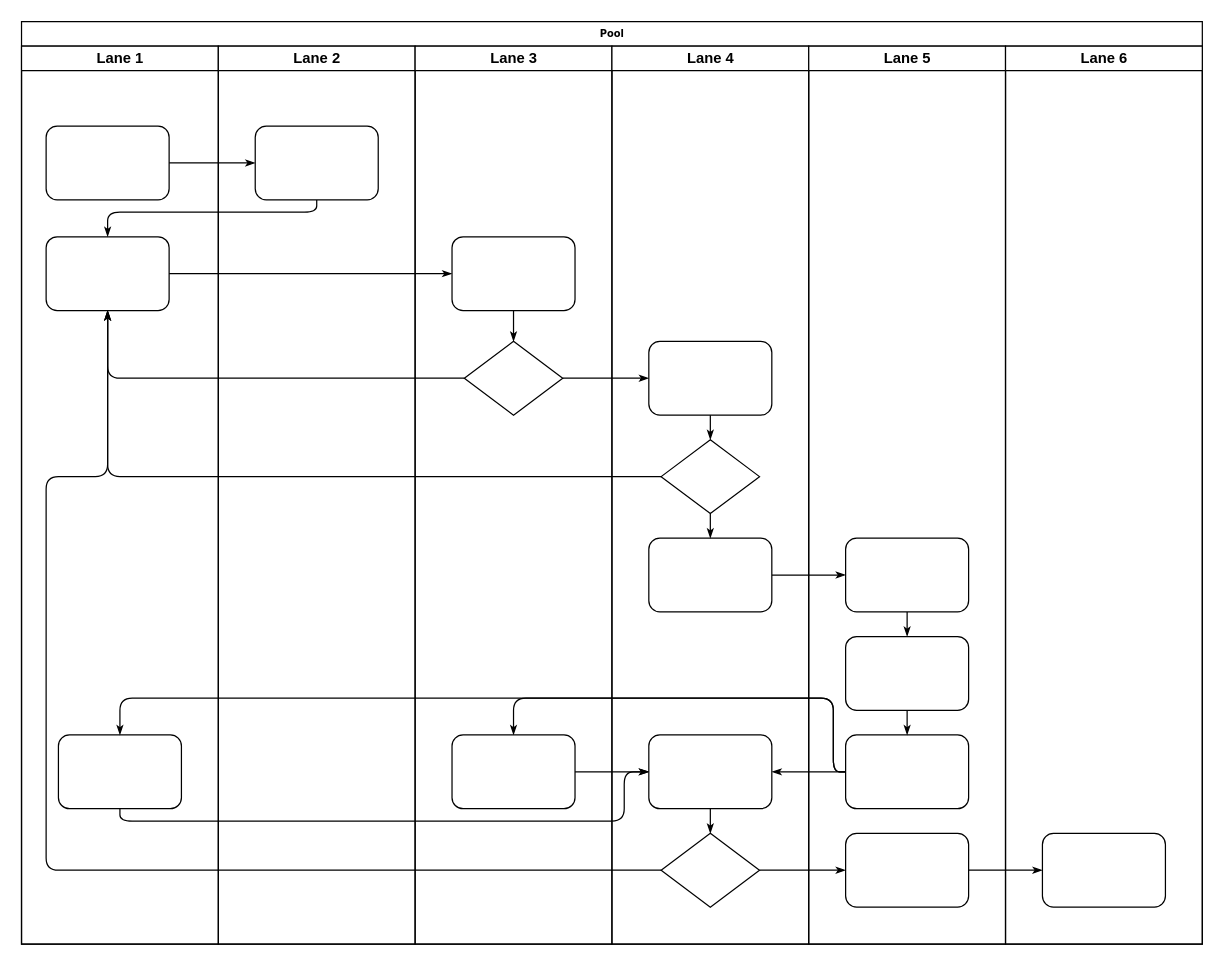
Earlier version of the draw.io diagram sqlTest/oracle/Untitled Diagram.drawio (figo-sf/JavaBasic). Source tidied: cells renumbered, new cells numbered last; positions are measured from the earlier drawing's top-left corner, leaving out a move shared by most shapes. Both pictures are drawn from the tidied source at 123%, with x=0, y=0 at pixel (21, 21).
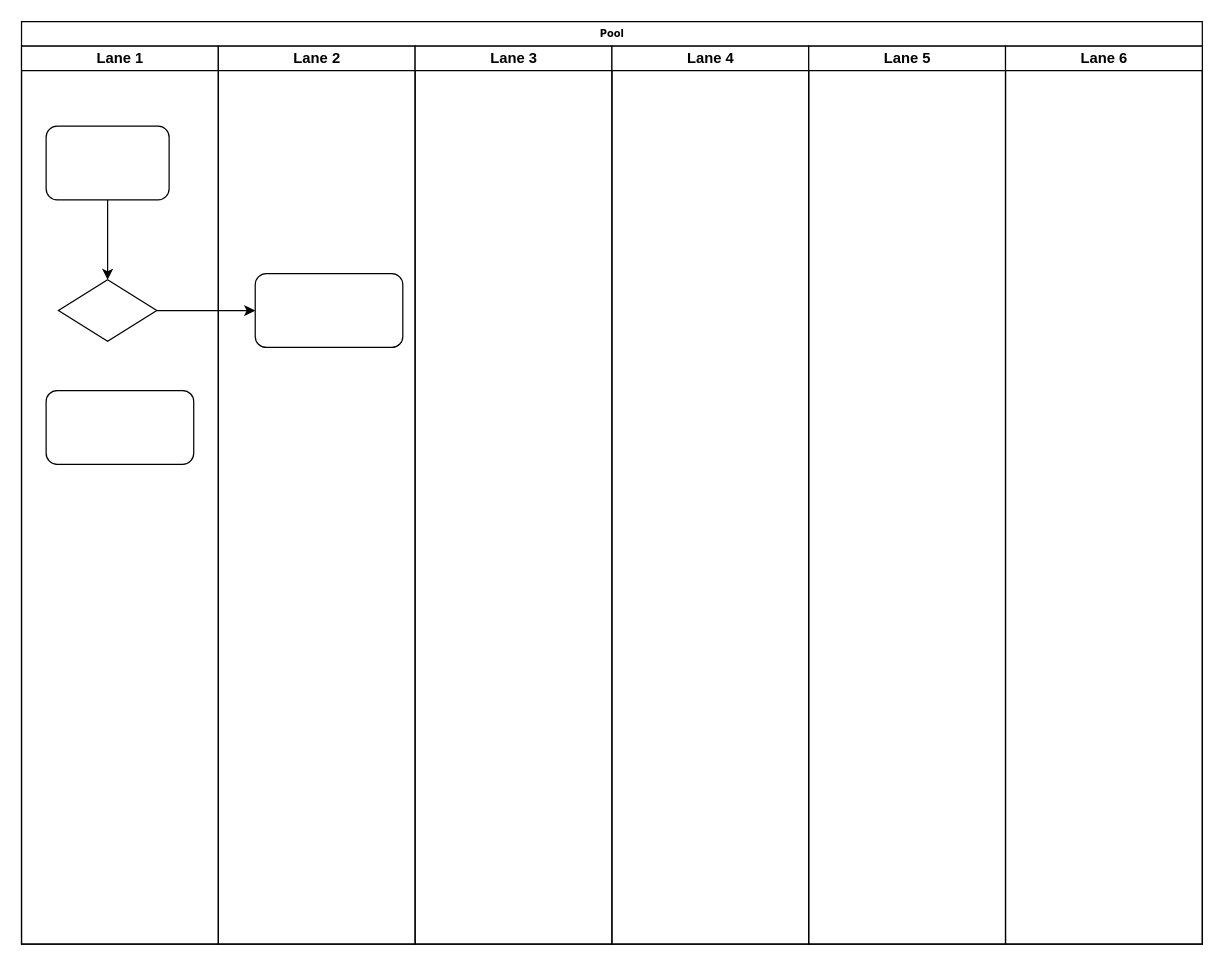
The same diagram, later.

The change refers to these unchanged cells:
```xml
<mxCell id="2" value="Pool" style="swimlane;html=1;startSize=20;rounded=0;shadow=0;labelBackgroundColor=none;strokeWidth=1;fontFamily=Verdana;fontSize=8;align=center;" parent="1" vertex="1">
  <mxGeometry width="960" height="750" as="geometry" />
</mxCell>
<mxCell id="3" value="Lane 1" style="swimlane;html=1;startSize=20;" parent="2" vertex="1">
  <mxGeometry y="20" width="160" height="730" as="geometry" />
</mxCell>
<mxCell id="4" style="rounded=1;whiteSpace=wrap;html=1;shadow=0;labelBackgroundColor=none;strokeWidth=1;fontFamily=Verdana;fontSize=8;align=center;" parent="3" vertex="1">
  <mxGeometry x="20" y="65" width="100" height="60" as="geometry" />
</mxCell>
<mxCell id="22" value="Lane 2" style="swimlane;html=1;startSize=20;" parent="2" vertex="1">
  <mxGeometry x="160" y="20" width="160" height="730" as="geometry" />
</mxCell>
<mxCell id="24" value="Lane 3" style="swimlane;html=1;startSize=20;" parent="2" vertex="1">
  <mxGeometry x="320" y="20" width="160" height="730" as="geometry" />
</mxCell>
<mxCell id="29" value="Lane 4" style="swimlane;html=1;startSize=20;" parent="2" vertex="1">
  <mxGeometry x="480" y="20" width="160" height="730" as="geometry" />
</mxCell>
<mxCell id="38" value="Lane 5" style="swimlane;html=1;startSize=20;" parent="2" vertex="1">
  <mxGeometry x="640" y="20" width="160" height="730" as="geometry" />
</mxCell>
<mxCell id="45" value="Lane 6" style="swimlane;html=1;startSize=20;" parent="2" vertex="1">
  <mxGeometry x="800" y="20" width="160" height="730" as="geometry" />
</mxCell>
```

Diff of the diagram source:
```diff
@@
+    <mxCell id="47" style="edgeStyle=orthogonalEdgeStyle;rounded=0;jettySize=auto;html=1;exitX=0.5;exitY=1;exitDx=0;exitDy=0;entryX=0.5;entryY=0;entryDx=0;entryDy=0;" parent="3" edge="1" source="4" target="48">
+      <mxGeometry relative="1" as="geometry" />
+    </mxCell>
@@
-    <mxCell id="5" style="rounded=1;whiteSpace=wrap;html=1;shadow=0;labelBackgroundColor=none;strokeWidth=1;fontFamily=Verdana;fontSize=8;align=center;" parent="3" vertex="1">
-      <mxGeometry x="20" y="155" width="100" height="60" as="geometry" />
-    </mxCell>
-    <mxCell id="6" style="rounded=1;whiteSpace=wrap;html=1;shadow=0;labelBackgroundColor=none;strokeWidth=1;fontFamily=Verdana;fontSize=8;align=center;" parent="3" vertex="1">
-      <mxGeometry x="30" y="560" width="100" height="60" as="geometry" />
-    </mxCell>
-    <mxCell id="7" style="edgeStyle=orthogonalEdgeStyle;rounded=1;html=1;labelBackgroundColor=none;startArrow=none;startFill=0;startSize=5;endArrow=classicThin;endFill=1;endSize=5;jettySize=auto;strokeWidth=1;fontFamily=Verdana;fontSize=8;" parent="2" edge="1" source="4" target="23">
-      <mxGeometry relative="1" as="geometry" />
-    </mxCell>
-    <mxCell id="8" style="edgeStyle=orthogonalEdgeStyle;rounded=1;html=1;labelBackgroundColor=none;startArrow=none;startFill=0;startSize=5;endArrow=classicThin;endFill=1;endSize=5;jettySize=auto;strokeWidth=1;fontFamily=Verdana;fontSize=8;" parent="2" edge="1" source="23" target="5">
-      <mxGeometry relative="1" as="geometry">
-        <Array as="points">
-          <mxPoint x="240" y="155" />
-          <mxPoint x="70" y="155" />
-        </Array>
-      </mxGeometry>
-    </mxCell>
-    <mxCell id="9" style="edgeStyle=orthogonalEdgeStyle;rounded=1;html=1;labelBackgroundColor=none;startArrow=none;startFill=0;startSize=5;endArrow=classicThin;endFill=1;endSize=5;jettySize=auto;strokeWidth=1;fontFamily=Verdana;fontSize=8;" parent="2" edge="1" source="5" target="25">
-      <mxGeometry relative="1" as="geometry" />
-    </mxCell>
-    <mxCell id="10" style="edgeStyle=orthogonalEdgeStyle;rounded=1;html=1;labelBackgroundColor=none;startArrow=none;startFill=0;startSize=5;endArrow=classicThin;endFill=1;endSize=5;jettySize=auto;strokeWidth=1;fontFamily=Verdana;fontSize=8;" parent="2" edge="1" source="26" target="5">
-      <mxGeometry relative="1" as="geometry" />
-    </mxCell>
-    <mxCell id="11" style="edgeStyle=orthogonalEdgeStyle;rounded=1;html=1;labelBackgroundColor=none;startArrow=none;startFill=0;startSize=5;endArrow=classicThin;endFill=1;endSize=5;jettySize=auto;strokeWidth=1;fontFamily=Verdana;fontSize=8;" parent="2" edge="1" source="31" target="5">
-      <mxGeometry relative="1" as="geometry" />
-    </mxCell>
-    <mxCell id="12" style="edgeStyle=orthogonalEdgeStyle;rounded=1;html=1;labelBackgroundColor=none;startArrow=none;startFill=0;startSize=5;endArrow=classicThin;endFill=1;endSize=5;jettySize=auto;strokeWidth=1;fontFamily=Verdana;fontSize=8;" parent="2" edge="1" source="34" target="5">
-      <mxGeometry relative="1" as="geometry">
-        <Array as="points">
-          <mxPoint x="20" y="690" />
-          <mxPoint x="20" y="370" />
-          <mxPoint x="70" y="370" />
-        </Array>
-      </mxGeometry>
-    </mxCell>
-    <mxCell id="13" style="edgeStyle=orthogonalEdgeStyle;rounded=1;html=1;labelBackgroundColor=none;startArrow=none;startFill=0;startSize=5;endArrow=classicThin;endFill=1;endSize=5;jettySize=auto;strokeWidth=1;fontFamily=Verdana;fontSize=8;" parent="2" edge="1" source="26" target="30">
-      <mxGeometry relative="1" as="geometry" />
-    </mxCell>
-    <mxCell id="14" style="edgeStyle=orthogonalEdgeStyle;rounded=1;html=1;labelBackgroundColor=none;startArrow=none;startFill=0;startSize=5;endArrow=classicThin;endFill=1;endSize=5;jettySize=auto;strokeWidth=1;fontFamily=Verdana;fontSize=8;" parent="2" edge="1" source="34" target="42">
-      <mxGeometry relative="1" as="geometry" />
-    </mxCell>
-    <mxCell id="15" style="edgeStyle=orthogonalEdgeStyle;rounded=1;html=1;labelBackgroundColor=none;startArrow=none;startFill=0;startSize=5;endArrow=classicThin;endFill=1;endSize=5;jettySize=auto;strokeWidth=1;fontFamily=Verdana;fontSize=8;" parent="2" edge="1" source="42" target="46">
-      <mxGeometry relative="1" as="geometry" />
-    </mxCell>
-    <mxCell id="16" style="edgeStyle=orthogonalEdgeStyle;rounded=1;html=1;labelBackgroundColor=none;startArrow=none;startFill=0;startSize=5;endArrow=classicThin;endFill=1;endSize=5;jettySize=auto;strokeWidth=1;fontFamily=Verdana;fontSize=8;" parent="2" edge="1" source="32" target="39">
-      <mxGeometry relative="1" as="geometry" />
-    </mxCell>
-    <mxCell id="17" style="edgeStyle=orthogonalEdgeStyle;rounded=1;html=1;labelBackgroundColor=none;startArrow=none;startFill=0;startSize=5;endArrow=classicThin;endFill=1;endSize=5;jettySize=auto;strokeWidth=1;fontFamily=Verdana;fontSize=8;" parent="2" edge="1" source="41" target="27">
-      <mxGeometry relative="1" as="geometry">
-        <Array as="points">
-          <mxPoint x="660" y="610" />
-          <mxPoint x="660" y="550" />
-          <mxPoint x="400" y="550" />
-        </Array>
-      </mxGeometry>
-    </mxCell>
-    <mxCell id="18" style="edgeStyle=orthogonalEdgeStyle;rounded=1;html=1;labelBackgroundColor=none;startArrow=none;startFill=0;startSize=5;endArrow=classicThin;endFill=1;endSize=5;jettySize=auto;strokeColor=#000000;strokeWidth=1;fontFamily=Verdana;fontSize=8;fontColor=#000000;" parent="2" edge="1" source="41" target="33">
-      <mxGeometry relative="1" as="geometry" />
-    </mxCell>
-    <mxCell id="19" style="edgeStyle=orthogonalEdgeStyle;rounded=1;html=1;labelBackgroundColor=none;startArrow=none;startFill=0;startSize=5;endArrow=classicThin;endFill=1;endSize=5;jettySize=auto;strokeWidth=1;fontFamily=Verdana;fontSize=8;" parent="2" edge="1" source="41" target="6">
-      <mxGeometry relative="1" as="geometry">
-        <Array as="points">
-          <mxPoint x="660" y="610" />
-          <mxPoint x="660" y="550" />
-          <mxPoint x="80" y="550" />
-        </Array>
-      </mxGeometry>
-    </mxCell>
-    <mxCell id="20" style="edgeStyle=orthogonalEdgeStyle;rounded=1;html=1;labelBackgroundColor=none;startArrow=none;startFill=0;startSize=5;endArrow=classicThin;endFill=1;endSize=5;jettySize=auto;strokeWidth=1;fontFamily=Verdana;fontSize=8;" parent="2" edge="1" source="6" target="33">
-      <mxGeometry relative="1" as="geometry">
-        <Array as="points">
-          <mxPoint x="80" y="650" />
-          <mxPoint x="490" y="650" />
-          <mxPoint x="490" y="610" />
-        </Array>
-      </mxGeometry>
-    </mxCell>
-    <mxCell id="21" style="edgeStyle=orthogonalEdgeStyle;rounded=1;html=1;labelBackgroundColor=none;startArrow=none;startFill=0;startSize=5;endArrow=classicThin;endFill=1;endSize=5;jettySize=auto;strokeWidth=1;fontFamily=Verdana;fontSize=8;" parent="2" edge="1" source="27" target="33">
-      <mxGeometry relative="1" as="geometry" />
-    </mxCell>
+    <mxCell id="48" style="rhombus;whiteSpace=wrap;html=1;" parent="3" vertex="1">
+      <mxGeometry x="30" y="190" width="80" height="50" as="geometry" />
+    </mxCell>
+    <mxCell id="49" style="rounded=1;whiteSpace=wrap;html=1;" parent="3" vertex="1">
+      <mxGeometry x="20" y="280" width="120" height="60" as="geometry" />
+    </mxCell>
@@
-    <mxCell id="23" style="rounded=1;whiteSpace=wrap;html=1;shadow=0;labelBackgroundColor=none;strokeWidth=1;fontFamily=Verdana;fontSize=8;align=center;" parent="22" vertex="1">
-      <mxGeometry x="30" y="65" width="100" height="60" as="geometry" />
-    </mxCell>
+    <mxCell id="50" style="rounded=1;whiteSpace=wrap;html=1;" parent="22" vertex="1">
+      <mxGeometry x="30" y="185" width="120" height="60" as="geometry" />
+    </mxCell>
@@
-    <mxCell id="25" style="rounded=1;whiteSpace=wrap;html=1;shadow=0;labelBackgroundColor=none;strokeWidth=1;fontFamily=Verdana;fontSize=8;align=center;" parent="24" vertex="1">
-      <mxGeometry x="30" y="155" width="100" height="60" as="geometry" />
-    </mxCell>
-    <mxCell id="26" style="rhombus;whiteSpace=wrap;html=1;rounded=0;shadow=0;labelBackgroundColor=none;strokeWidth=1;fontFamily=Verdana;fontSize=8;align=center;" parent="24" vertex="1">
-      <mxGeometry x="40" y="240" width="80" height="60" as="geometry" />
-    </mxCell>
-    <mxCell id="27" style="rounded=1;whiteSpace=wrap;html=1;shadow=0;labelBackgroundColor=none;strokeWidth=1;fontFamily=Verdana;fontSize=8;align=center;" parent="24" vertex="1">
-      <mxGeometry x="30" y="560" width="100" height="60" as="geometry" />
-    </mxCell>
-    <mxCell id="28" style="edgeStyle=orthogonalEdgeStyle;rounded=1;html=1;labelBackgroundColor=none;startArrow=none;startFill=0;startSize=5;endArrow=classicThin;endFill=1;endSize=5;jettySize=auto;strokeWidth=1;fontFamily=Verdana;fontSize=8;" parent="24" edge="1" source="25" target="26">
-      <mxGeometry relative="1" as="geometry" />
-    </mxCell>
@@
-    <mxCell id="30" style="rounded=1;whiteSpace=wrap;html=1;shadow=0;labelBackgroundColor=none;strokeWidth=1;fontFamily=Verdana;fontSize=8;align=center;" parent="29" vertex="1">
-      <mxGeometry x="30" y="240" width="100" height="60" as="geometry" />
-    </mxCell>
-    <mxCell id="31" style="rhombus;whiteSpace=wrap;html=1;rounded=0;shadow=0;labelBackgroundColor=none;strokeWidth=1;fontFamily=Verdana;fontSize=8;align=center;" parent="29" vertex="1">
-      <mxGeometry x="40" y="320" width="80" height="60" as="geometry" />
-    </mxCell>
-    <mxCell id="32" style="rounded=1;whiteSpace=wrap;html=1;shadow=0;labelBackgroundColor=none;strokeWidth=1;fontFamily=Verdana;fontSize=8;align=center;" parent="29" vertex="1">
-      <mxGeometry x="30" y="400" width="100" height="60" as="geometry" />
-    </mxCell>
-    <mxCell id="33" style="rounded=1;whiteSpace=wrap;html=1;shadow=0;labelBackgroundColor=none;strokeWidth=1;fontFamily=Verdana;fontSize=8;align=center;" parent="29" vertex="1">
-      <mxGeometry x="30" y="560" width="100" height="60" as="geometry" />
-    </mxCell>
-    <mxCell id="34" style="rhombus;whiteSpace=wrap;html=1;rounded=0;shadow=0;labelBackgroundColor=none;strokeWidth=1;fontFamily=Verdana;fontSize=8;align=center;" parent="29" vertex="1">
-      <mxGeometry x="40" y="640" width="80" height="60" as="geometry" />
-    </mxCell>
-    <mxCell id="35" style="edgeStyle=orthogonalEdgeStyle;rounded=1;html=1;labelBackgroundColor=none;startArrow=none;startFill=0;startSize=5;endArrow=classicThin;endFill=1;endSize=5;jettySize=auto;strokeColor=#000000;strokeWidth=1;fontFamily=Verdana;fontSize=8;fontColor=#000000;" parent="29" edge="1" source="30" target="31">
-      <mxGeometry relative="1" as="geometry" />
-    </mxCell>
-    <mxCell id="36" style="edgeStyle=orthogonalEdgeStyle;rounded=1;html=1;labelBackgroundColor=none;startArrow=none;startFill=0;startSize=5;endArrow=classicThin;endFill=1;endSize=5;jettySize=auto;strokeWidth=1;fontFamily=Verdana;fontSize=8;" parent="29" edge="1" source="31" target="32">
-      <mxGeometry relative="1" as="geometry" />
-    </mxCell>
-    <mxCell id="37" style="edgeStyle=orthogonalEdgeStyle;rounded=1;html=1;labelBackgroundColor=none;startArrow=none;startFill=0;startSize=5;endArrow=classicThin;endFill=1;endSize=5;jettySize=auto;strokeWidth=1;fontFamily=Verdana;fontSize=8;" parent="29" edge="1" source="33" target="34">
-      <mxGeometry relative="1" as="geometry" />
-    </mxCell>
@@
-    <mxCell id="39" style="rounded=1;whiteSpace=wrap;html=1;shadow=0;labelBackgroundColor=none;strokeWidth=1;fontFamily=Verdana;fontSize=8;align=center;" parent="38" vertex="1">
-      <mxGeometry x="30" y="400" width="100" height="60" as="geometry" />
-    </mxCell>
-    <mxCell id="40" style="rounded=1;whiteSpace=wrap;html=1;shadow=0;labelBackgroundColor=none;strokeWidth=1;fontFamily=Verdana;fontSize=8;align=center;" parent="38" vertex="1">
-      <mxGeometry x="30" y="480" width="100" height="60" as="geometry" />
-    </mxCell>
-    <mxCell id="41" style="rounded=1;whiteSpace=wrap;html=1;shadow=0;labelBackgroundColor=none;strokeWidth=1;fontFamily=Verdana;fontSize=8;align=center;" parent="38" vertex="1">
-      <mxGeometry x="30" y="560" width="100" height="60" as="geometry" />
-    </mxCell>
-    <mxCell id="42" style="rounded=1;whiteSpace=wrap;html=1;shadow=0;labelBackgroundColor=none;strokeWidth=1;fontFamily=Verdana;fontSize=8;align=center;" parent="38" vertex="1">
-      <mxGeometry x="30" y="640" width="100" height="60" as="geometry" />
-    </mxCell>
-    <mxCell id="43" style="edgeStyle=orthogonalEdgeStyle;rounded=1;html=1;labelBackgroundColor=none;startArrow=none;startFill=0;startSize=5;endArrow=classicThin;endFill=1;endSize=5;jettySize=auto;strokeWidth=1;fontFamily=Verdana;fontSize=8;" parent="38" edge="1" source="39" target="40">
-      <mxGeometry relative="1" as="geometry" />
-    </mxCell>
-    <mxCell id="44" style="edgeStyle=orthogonalEdgeStyle;rounded=1;html=1;labelBackgroundColor=none;startArrow=none;startFill=0;startSize=5;endArrow=classicThin;endFill=1;endSize=5;jettySize=auto;strokeWidth=1;fontFamily=Verdana;fontSize=8;" parent="38" edge="1" source="40" target="41">
-      <mxGeometry relative="1" as="geometry" />
-    </mxCell>
@@
-    <mxCell id="46" style="rounded=1;whiteSpace=wrap;html=1;shadow=0;labelBackgroundColor=none;strokeWidth=1;fontFamily=Verdana;fontSize=8;align=center;" parent="45" vertex="1">
-      <mxGeometry x="30" y="640" width="100" height="60" as="geometry" />
-    </mxCell>
+    <mxCell id="51" style="edgeStyle=orthogonalEdgeStyle;rounded=0;jettySize=auto;html=1;exitX=1;exitY=0.5;exitDx=0;exitDy=0;" parent="2" edge="1" source="48" target="50">
+      <mxGeometry relative="1" as="geometry" />
+    </mxCell>
```
